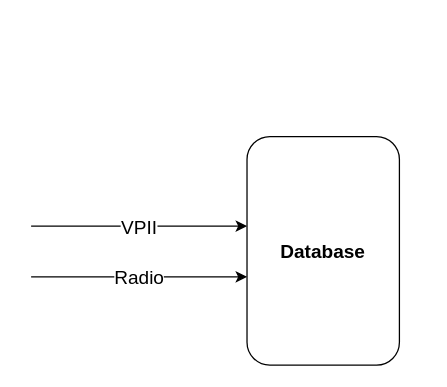
This is page "Acquisition Server" (4 of 4) of GNSS Datalogger Blockdiagram.drawio from torejohansson97/tightly-coupled-gnss-data-logger, a draw.io file, before an edit. Source tidied: cells renumbered, new cells numbered last; positions are measured from the earlier drawing's top-left corner, leaving out a move shared by most shapes. Both pictures are drawn from the tidied source at 127%, with x=0, y=0 at pixel (30, 136).
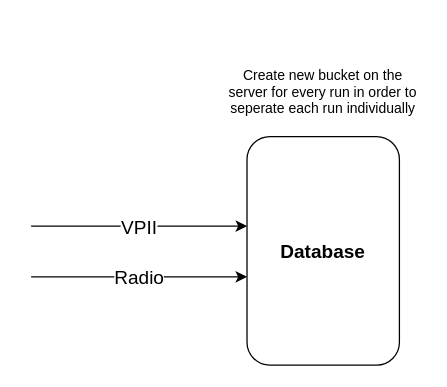
Above is the later version.

What changed in the source:
```diff
@@
 <mxGraphModel>
   <root>
     <mxCell id="0" />
     <mxCell id="1" parent="0" />
     <mxCell id="2" value="&lt;font size=&quot;1&quot;&gt;&lt;b style=&quot;font-size: 15px;&quot;&gt;Database&lt;/b&gt;&lt;/font&gt;" style="rounded=1;whiteSpace=wrap;html=1;fontSize=9;" parent="1" vertex="1">
       <mxGeometry x="170" width="120" height="180" as="geometry" />
     </mxCell>
     <mxCell id="3" value="VPII" style="endArrow=classic;html=1;rounded=0;fontSize=15;" parent="1" edge="1">
       <mxGeometry relative="1" as="geometry">
         <mxPoint y="70.5" as="sourcePoint" />
         <mxPoint x="170" y="70.5" as="targetPoint" />
       </mxGeometry>
     </mxCell>
     <mxCell id="4" value="Radio" style="endArrow=classic;html=1;rounded=0;fontSize=15;" parent="1" edge="1">
       <mxGeometry relative="1" as="geometry">
         <mxPoint y="110.5" as="sourcePoint" />
         <mxPoint x="170" y="110.5" as="targetPoint" />
       </mxGeometry>
     </mxCell>
+    <mxCell id="5" value="Create new bucket on the server for every run in order to seperate each run individually" style="text;html=1;strokeColor=none;fillColor=none;align=center;verticalAlign=middle;whiteSpace=wrap;rounded=0;fontSize=11;" parent="1" vertex="1">
+      <mxGeometry x="150" y="-90" width="160" height="110" as="geometry" />
+    </mxCell>
   </root>
 </mxGraphModel>
```
